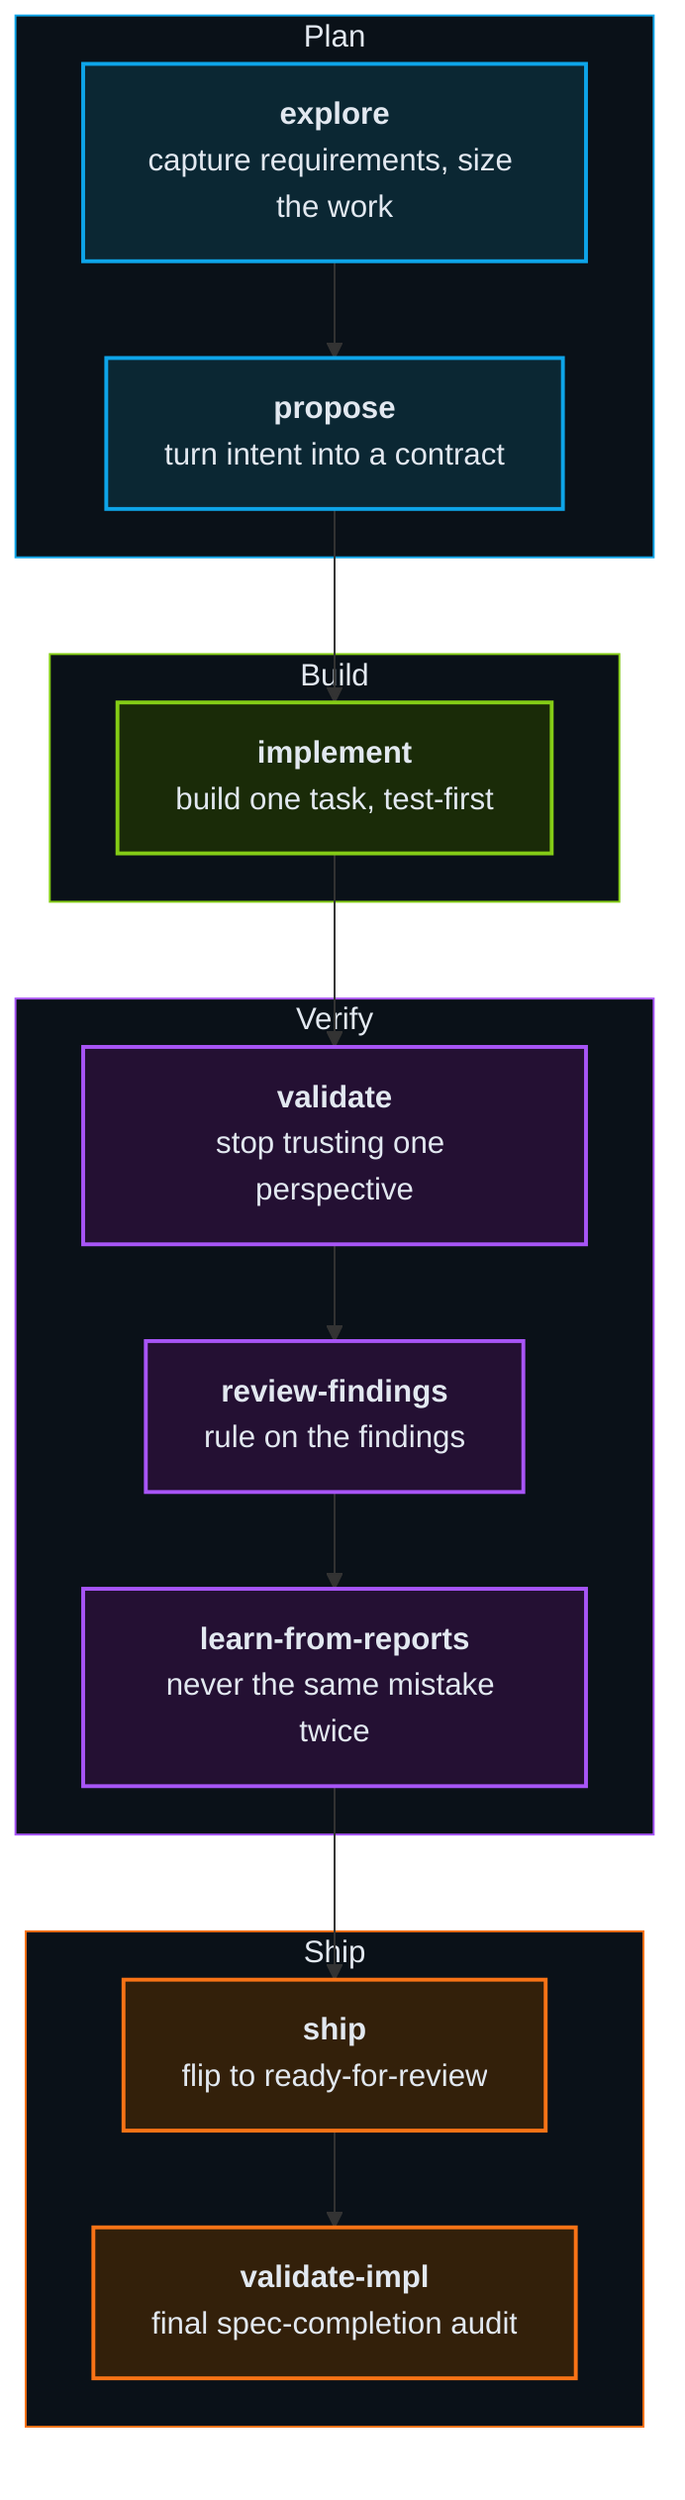
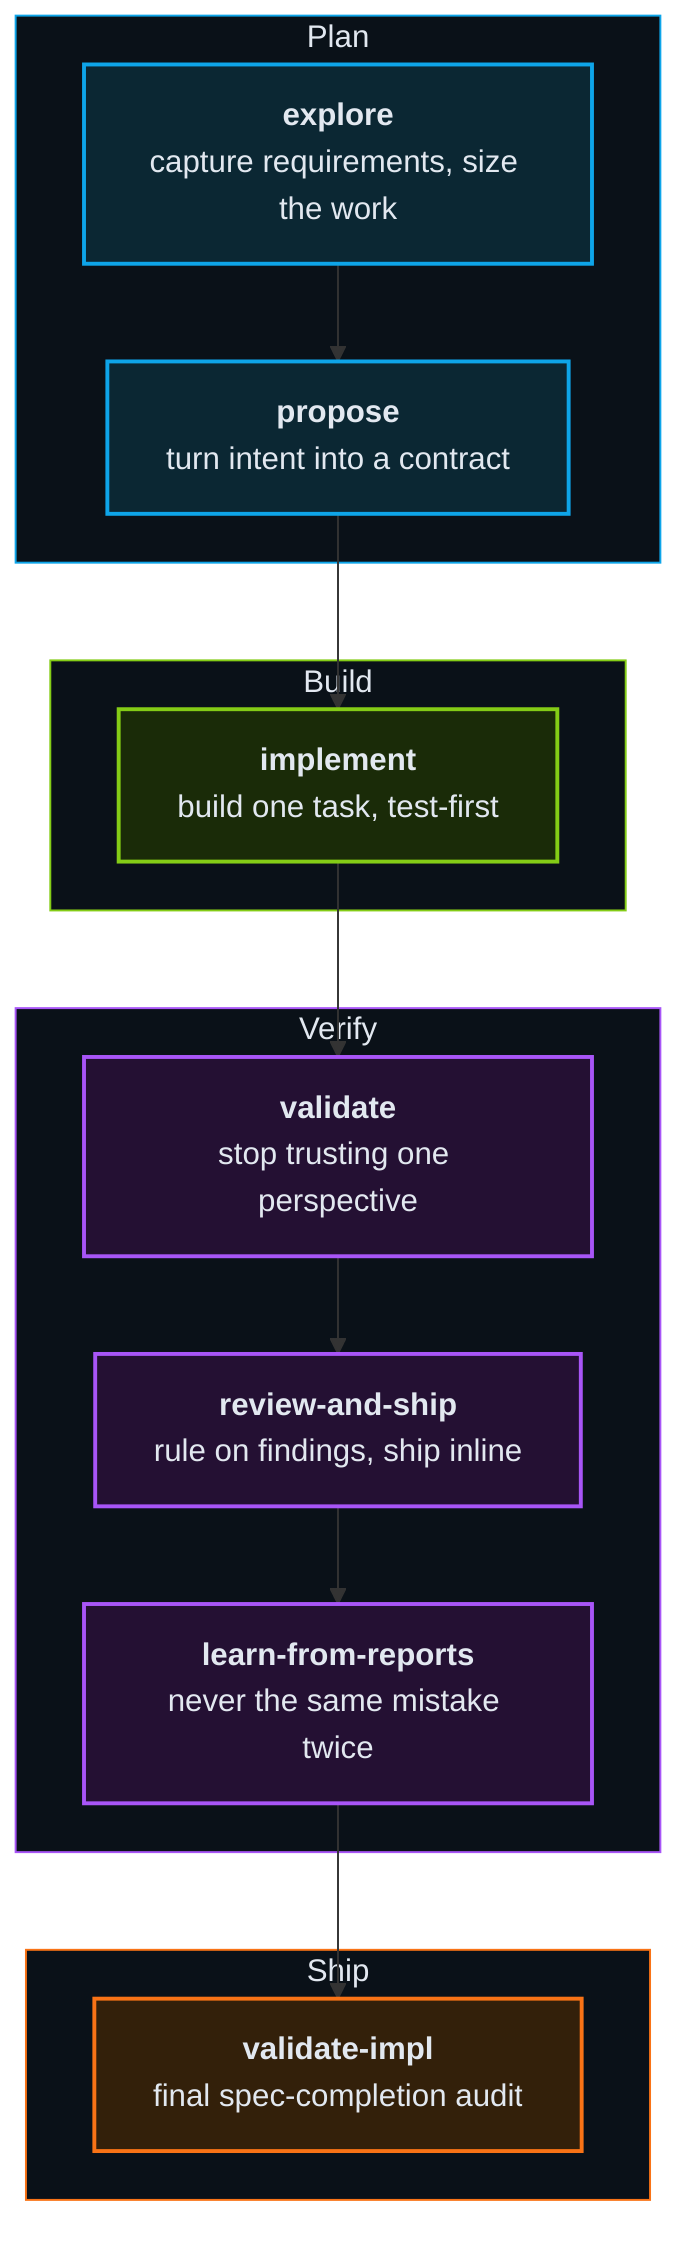
flowchart TB
  subgraph s_plan["Plan"]
    explore["<b>explore</b><br/>capture requirements, size the work"]
    propose["<b>propose</b><br/>turn intent into a contract"]
  end
  subgraph s_build["Build"]
    implement["<b>implement</b><br/>build one task, test-first"]
  end
  subgraph s_verify["Verify"]
    validate["<b>validate</b><br/>stop trusting one perspective"]
-     review["<b>review-findings</b><br/>rule on the findings"]
+     review["<b>review-and-ship</b><br/>rule on findings, ship inline"]
    learn["<b>learn-from-reports</b><br/>never the same mistake twice"]
  end
  subgraph s_ship["Ship"]
-     ship["<b>ship</b><br/>flip to ready-for-review"]
    audit["<b>validate-impl</b><br/>final spec-completion audit"]
  end
-   explore --> propose --> implement --> validate --> review --> learn --> ship --> audit
+   explore --> propose --> implement --> validate --> review --> learn --> audit

  classDef planNode   fill:#0b2733,stroke:#0ea5e9,stroke-width:2px,color:#e2e8f0;
  classDef buildNode  fill:#1a2b08,stroke:#84cc16,stroke-width:2px,color:#e2e8f0;
  classDef verifyNode fill:#241033,stroke:#a855f7,stroke-width:2px,color:#e2e8f0;
  classDef shipNode   fill:#33200a,stroke:#f97316,stroke-width:2px,color:#e2e8f0;
  class explore,propose planNode;
  class implement buildNode;
  class validate,review,learn verifyNode;
-   class ship,audit shipNode;
+   class audit shipNode;

  style s_plan   fill:#0a1118,stroke:#0ea5e9,stroke-width:1px,color:#e2e8f0;
  style s_build  fill:#0a1118,stroke:#84cc16,stroke-width:1px,color:#e2e8f0;
  style s_verify fill:#0a1118,stroke:#a855f7,stroke-width:1px,color:#e2e8f0;
  style s_ship   fill:#0a1118,stroke:#f97316,stroke-width:1px,color:#e2e8f0;
